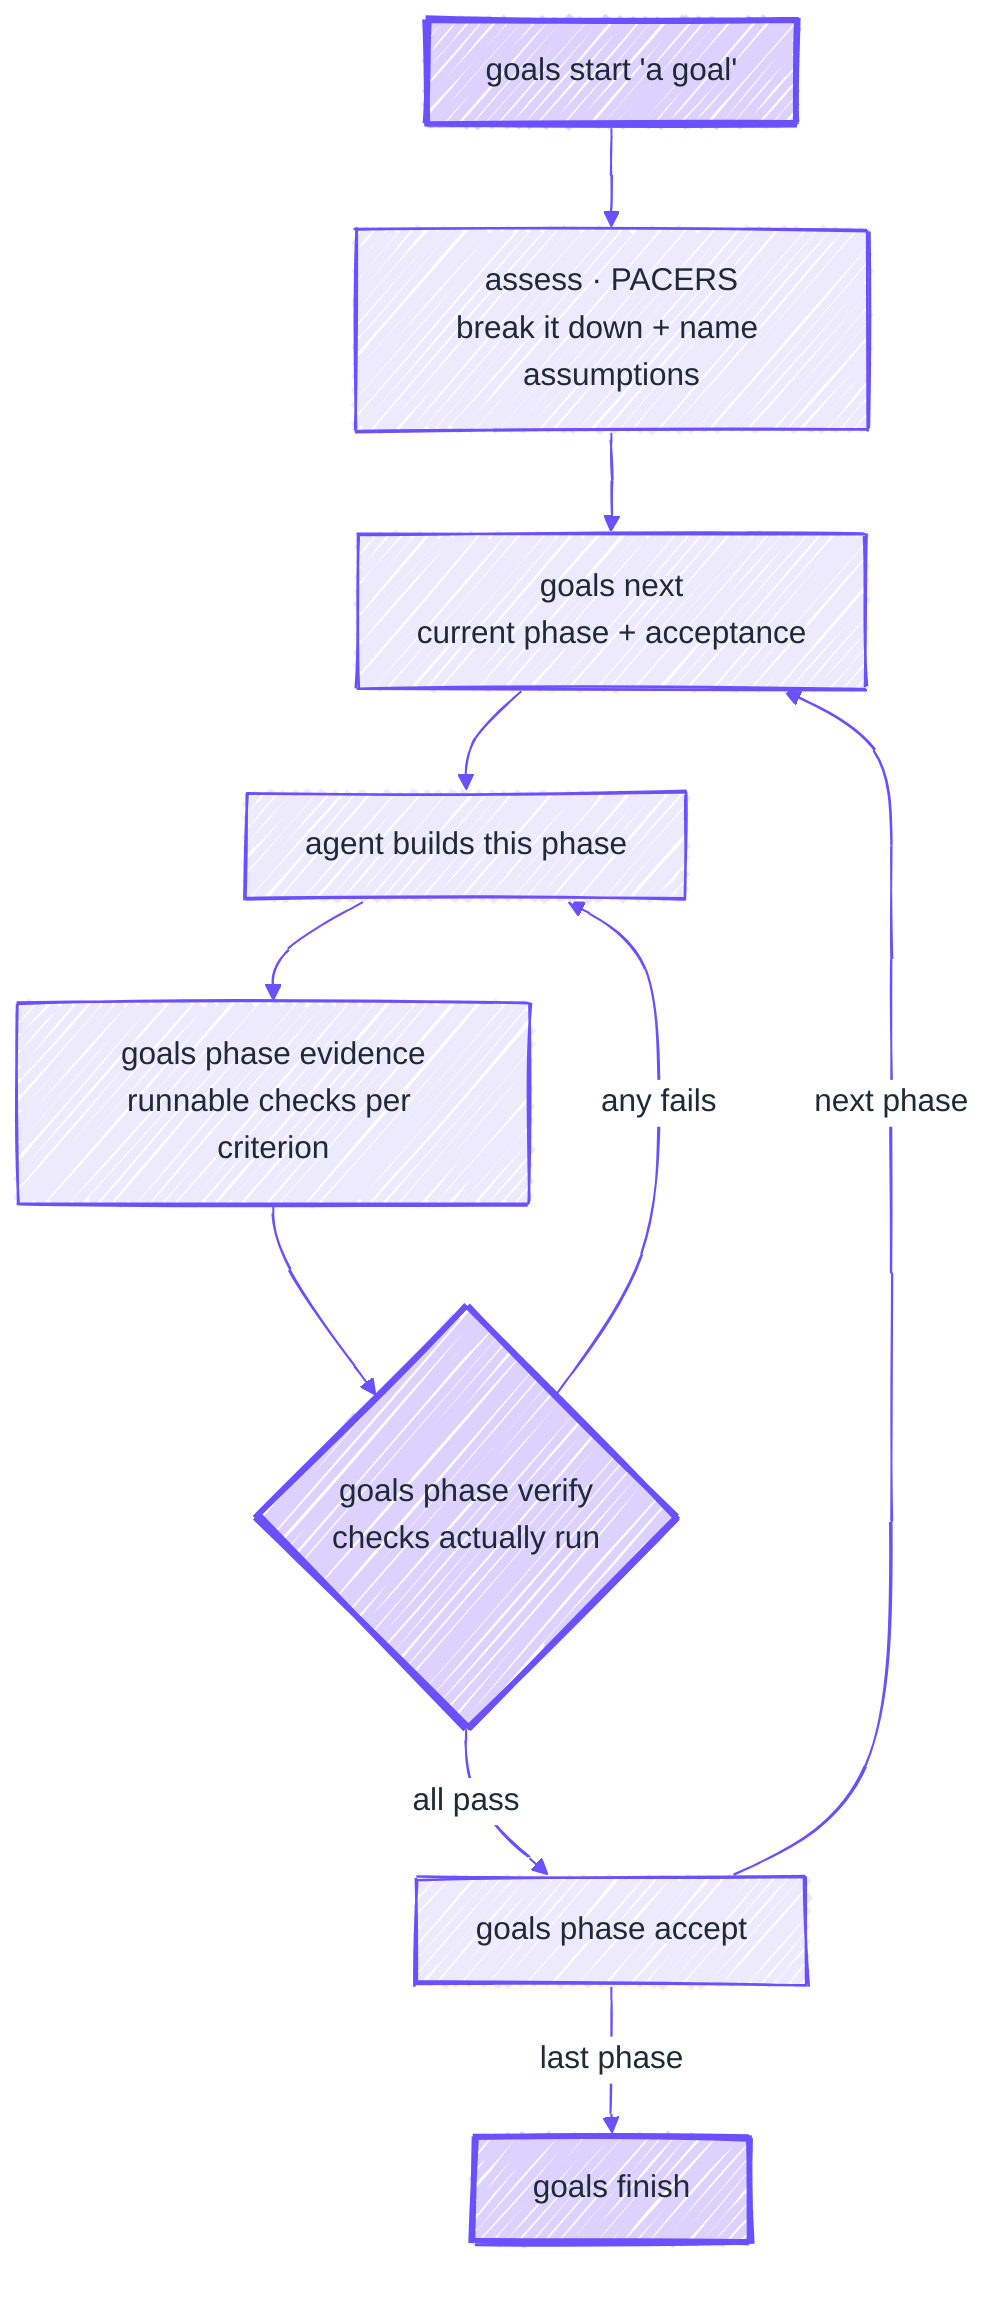
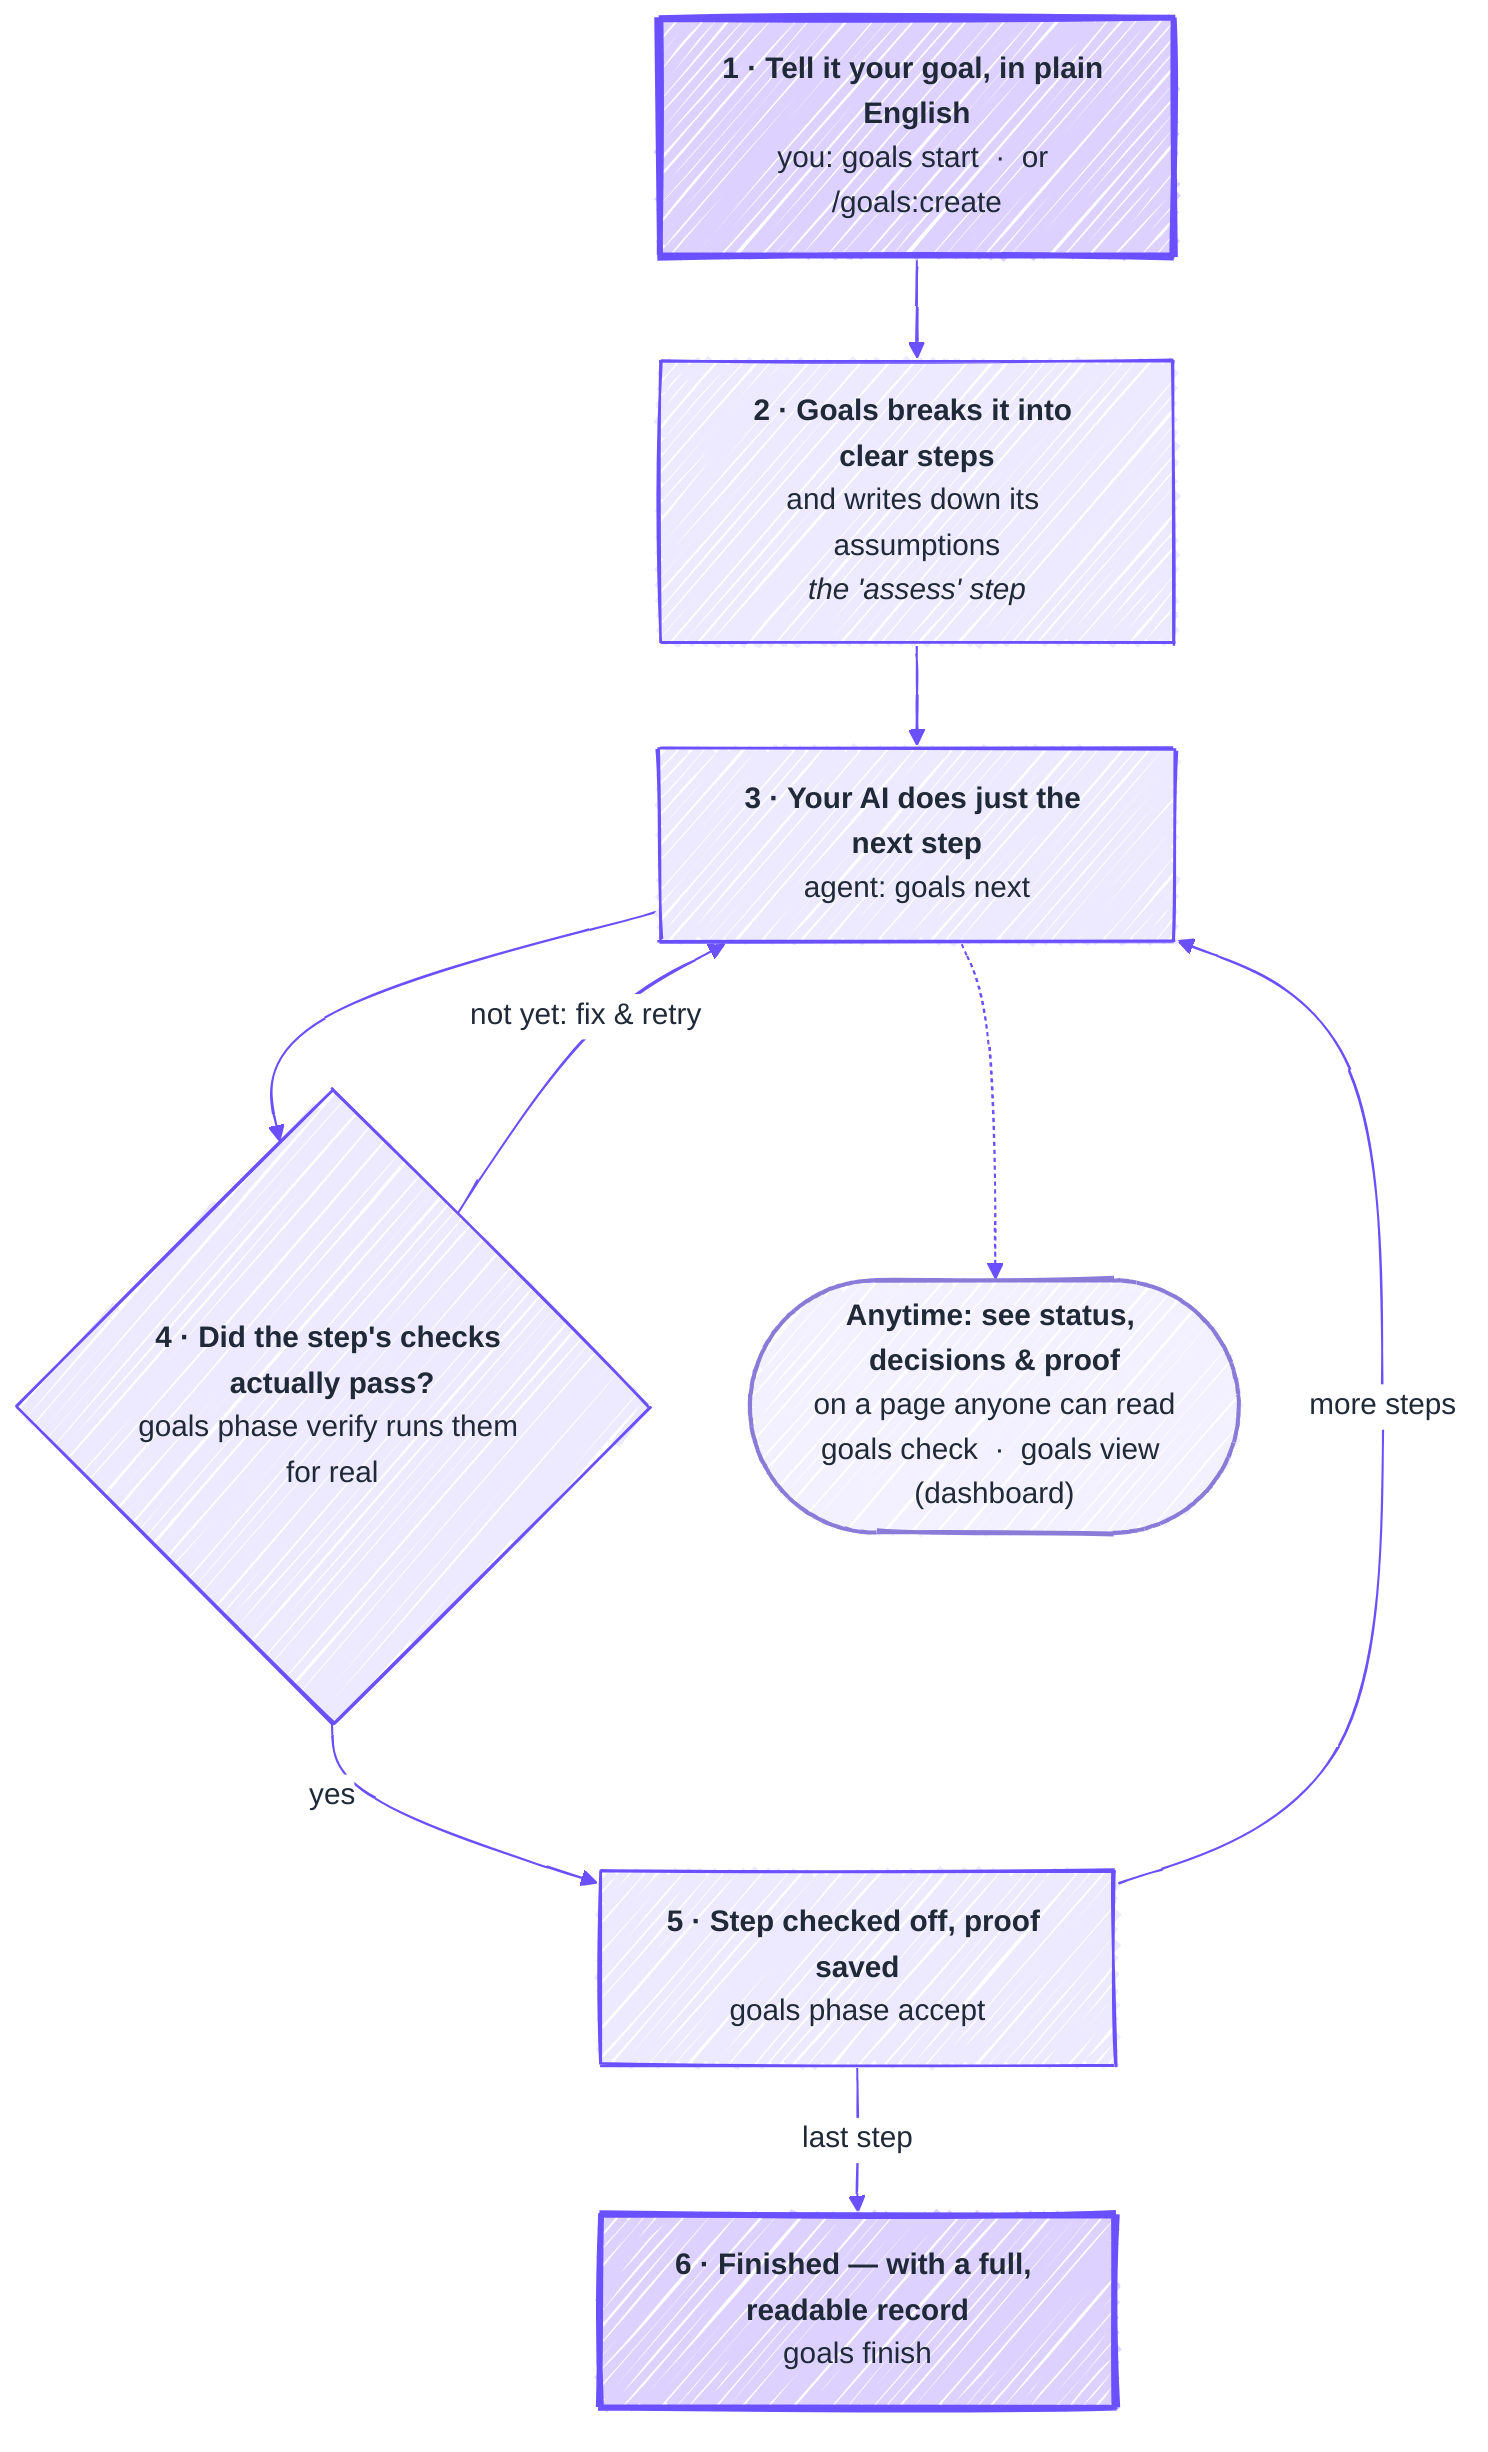
---
config:
  look: handDrawn
  theme: base
  themeVariables:
    primaryColor: "#EDE9FE"
    primaryBorderColor: "#6B50FF"
    primaryTextColor: "#1F2937"
    lineColor: "#6B50FF"
    edgeLabelBackground: "#ffffff"
-     fontSize: "16px"
+     fontSize: "15px"
---
flowchart TD
-     A["goals start 'a goal'"] --> B["assess · PACERS<br/>break it down + name assumptions"]
-     B --> C["goals next<br/>current phase + acceptance"]
-     C --> D["agent builds this phase"]
-     D --> E["goals phase evidence<br/>runnable checks per criterion"]
-     E --> F{"goals phase verify<br/>checks actually run"}
-     F -- "any fails" --> D
-     F -- "all pass" --> G["goals phase accept"]
-     G -- "next phase" --> C
-     G -- "last phase" --> H["goals finish"]
-     classDef accent fill:#DDD2FF,stroke:#6B50FF,stroke-width:3px,color:#1F2937;
-     class A,F,H accent;
+     A["<b>1 · Tell it your goal, in plain English</b><br/>you: goals start  ·  or /goals:create"]
+     B["<b>2 · Goals breaks it into clear steps</b><br/>and writes down its assumptions<br/><i>the 'assess' step</i>"]
+     C["<b>3 · Your AI does just the next step</b><br/>agent: goals next"]
+     D{"<b>4 · Did the step's checks actually pass?</b><br/>goals phase verify runs them for real"}
+     E["<b>5 · Step checked off, proof saved</b><br/>goals phase accept"]
+     F["<b>6 · Finished — with a full, readable record</b><br/>goals finish"]
+     DASH(["<b>Anytime: see status, decisions &amp; proof</b><br/>on a page anyone can read<br/>goals check  ·  goals view (dashboard)"])
+ 
+     A --> B --> C --> D
+     D -- "not yet: fix &amp; retry" --> C
+     D -- "yes" --> E
+     E -- "more steps" --> C
+     E -- "last step" --> F
+     C -.-> DASH
+ 
+     classDef youstep fill:#DDD2FF,stroke:#6B50FF,stroke-width:3px,color:#1F2937;
+     classDef look fill:#F3F0FF,stroke:#8A7BD8,stroke-width:2px,color:#1F2937;
+     class A,F youstep;
+     class DASH look;
